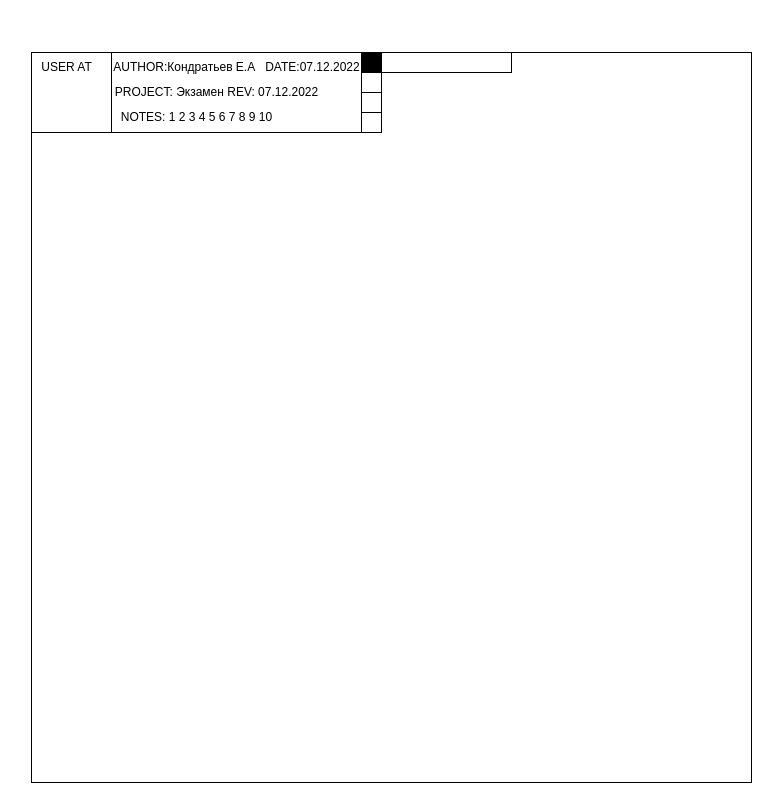
This is page "Страница 1" (1 of 2) of Диаграз названия.drawio from Ev0or/dontTouch, a draw.io file, before an edit. Source tidied: cells renumbered, new cells numbered last; positions are measured from the earlier drawing's top-left corner, leaving out a move shared by most shapes. Both pictures are drawn from the tidied source at 100%, with x=0, y=0 at pixel (31, 52).
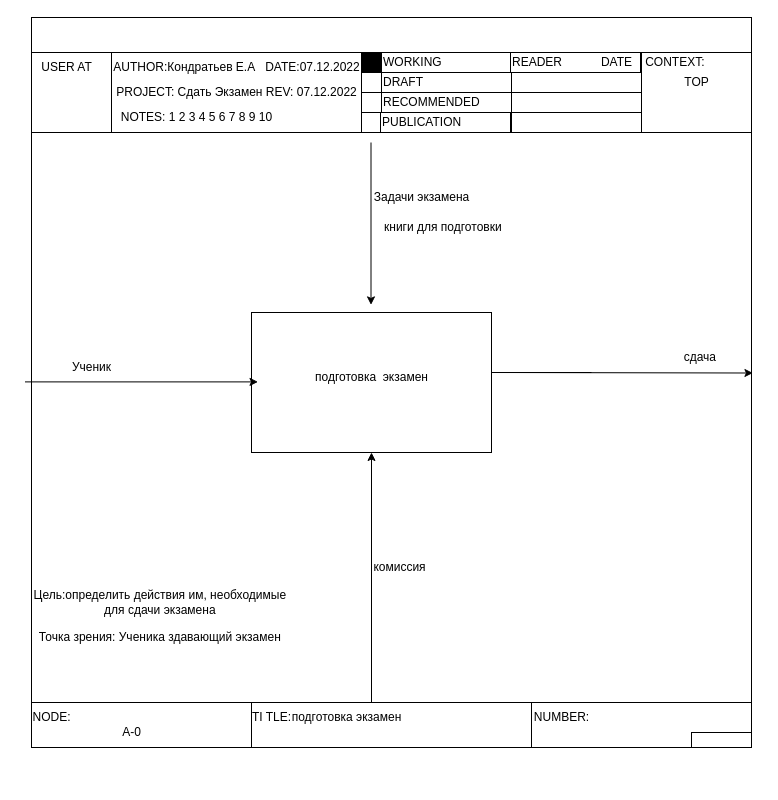
Above is the later version.

What changed in the source:
```diff
@@
     <mxCell id="2" style="rounded=0;whiteSpace=wrap;html=1;" parent="1" vertex="1">
-      <mxGeometry width="720" height="730" as="geometry" />
+      <mxGeometry y="-35" width="720" height="730" as="geometry" />
     </mxCell>
@@
-    <mxCell id="7" value="PROJECT: Экзамен REV: 07.12.2022" style="text;html=1;align=center;verticalAlign=middle;strokeColor=none;fillColor=none;" parent="1" vertex="1">
-      <mxGeometry x="70" y="25" width="230" height="30" as="geometry" />
+    <mxCell id="7" value="PROJECT: Сдать Экзамен REV: 07.12.2022" style="text;html=1;align=center;verticalAlign=middle;strokeColor=none;fillColor=none;" parent="1" vertex="1">
+      <mxGeometry x="75" y="25" width="260" height="30" as="geometry" />
     </mxCell>
@@
+    <mxCell id="14" value="DRAFT" style="rounded=0;whiteSpace=wrap;html=1;align=left;" parent="1" vertex="1">
+      <mxGeometry x="350" y="20" width="130" height="20" as="geometry" />
+    </mxCell>
+    <mxCell id="15" value="RECOMMENDED" style="rounded=0;whiteSpace=wrap;html=1;align=left;" parent="1" vertex="1">
+      <mxGeometry x="350" y="40" width="130" height="20" as="geometry" />
+    </mxCell>
+    <mxCell id="16" value="PUBLICATION" style="rounded=0;whiteSpace=wrap;html=1;align=left;" parent="1" vertex="1">
+      <mxGeometry x="349" y="60" width="130" height="20" as="geometry" />
+    </mxCell>
-    <mxCell id="13" style="rounded=0;whiteSpace=wrap;html=1;" parent="1" vertex="1">
+    <mxCell id="13" value="WORKING" style="rounded=0;whiteSpace=wrap;html=1;align=left;" parent="1" vertex="1">
       <mxGeometry x="350" width="130" height="20" as="geometry" />
     </mxCell>
+    <mxCell id="17" style="rounded=0;whiteSpace=wrap;html=1;" parent="1" vertex="1">
+      <mxGeometry x="480" y="20" width="130" height="20" as="geometry" />
+    </mxCell>
+    <mxCell id="18" style="rounded=0;whiteSpace=wrap;html=1;" parent="1" vertex="1">
+      <mxGeometry x="480" y="40" width="130" height="20" as="geometry" />
+    </mxCell>
+    <mxCell id="19" style="rounded=0;whiteSpace=wrap;html=1;" parent="1" vertex="1">
+      <mxGeometry x="480" y="60" width="130" height="20" as="geometry" />
+    </mxCell>
+    <mxCell id="20" value="&lt;div style=&quot;&quot;&gt;&lt;span style=&quot;background-color: initial;&quot;&gt;READER&amp;nbsp;&lt;/span&gt;&lt;/div&gt;" style="rounded=0;whiteSpace=wrap;html=1;align=left;" parent="1" vertex="1">
+      <mxGeometry x="479" width="130" height="20" as="geometry" />
+    </mxCell>
+    <mxCell id="21" value="DATE" style="text;html=1;align=center;verticalAlign=middle;strokeColor=none;fillColor=none;" parent="1" vertex="1">
+      <mxGeometry x="560" y="-5" width="50" height="30" as="geometry" />
+    </mxCell>
+    <mxCell id="22" style="rounded=0;whiteSpace=wrap;html=1;" parent="1" vertex="1">
+      <mxGeometry x="610" width="110" height="80" as="geometry" />
+    </mxCell>
+    <mxCell id="23" value="CONTEXT:&amp;nbsp;" style="text;html=1;align=center;verticalAlign=middle;strokeColor=none;fillColor=none;" parent="1" vertex="1">
+      <mxGeometry x="600" y="-5" width="90" height="30" as="geometry" />
+    </mxCell>
+    <mxCell id="24" value="TOP" style="text;html=1;align=center;verticalAlign=middle;strokeColor=none;fillColor=none;" parent="1" vertex="1">
+      <mxGeometry x="640" y="15" width="50" height="30" as="geometry" />
+    </mxCell>
+    <mxCell id="25" style="endArrow=classic;html=1;rounded=0;" parent="1" edge="1">
+      <mxGeometry relative="1" as="geometry">
+        <mxPoint x="339.5" y="90" as="sourcePoint" />
+        <mxPoint x="339.5" y="252.4" as="targetPoint" />
+      </mxGeometry>
+    </mxCell>
+    <mxCell id="26" style="rounded=0;whiteSpace=wrap;html=1;" parent="1" vertex="1">
+      <mxGeometry x="220" y="260" width="240" height="140" as="geometry" />
+    </mxCell>
+    <mxCell id="27" style="endArrow=classic;html=1;rounded=0;" parent="1" edge="1">
+      <mxGeometry relative="1" as="geometry">
+        <mxPoint x="-6.5" y="329.4" as="sourcePoint" />
+        <mxPoint x="226.5" y="329.4" as="targetPoint" />
+      </mxGeometry>
+    </mxCell>
+    <mxCell id="28" style="endArrow=classic;html=1;rounded=0;entryX=1.002;entryY=0.487;entryDx=0;entryDy=0;entryPerimeter=0;" parent="1" edge="1" target="2">
+      <mxGeometry relative="1" as="geometry">
+        <mxPoint x="560" y="320" as="sourcePoint" />
+        <Array as="points">
+          <mxPoint x="460" y="320" />
+        </Array>
+      </mxGeometry>
+    </mxCell>
+    <mxCell id="29" style="endArrow=classic;html=1;rounded=0;" parent="1" edge="1">
+      <mxGeometry relative="1" as="geometry">
+        <mxPoint x="340" y="650" as="sourcePoint" />
+        <mxPoint x="340" y="400" as="targetPoint" />
+      </mxGeometry>
+    </mxCell>
+    <mxCell id="30" style="rounded=0;whiteSpace=wrap;html=1;" parent="1" vertex="1">
+      <mxGeometry y="650" width="220" height="45" as="geometry" />
+    </mxCell>
+    <mxCell id="31" style="rounded=0;whiteSpace=wrap;html=1;" parent="1" vertex="1">
+      <mxGeometry x="220" y="650" width="280" height="45" as="geometry" />
+    </mxCell>
+    <mxCell id="32" style="rounded=0;whiteSpace=wrap;html=1;" parent="1" vertex="1">
+      <mxGeometry x="500" y="650" width="220" height="45" as="geometry" />
+    </mxCell>
+    <mxCell id="33" style="rounded=0;whiteSpace=wrap;html=1;" parent="1" vertex="1">
+      <mxGeometry x="660" y="680" width="60" height="15" as="geometry" />
+    </mxCell>
+    <mxCell id="34" value="NUMBER:" style="text;html=1;align=center;verticalAlign=middle;strokeColor=none;fillColor=none;" parent="1" vertex="1">
+      <mxGeometry x="490" y="650" width="80" height="30" as="geometry" />
+    </mxCell>
+    <mxCell id="35" value="TI TLE:" style="text;html=1;align=center;verticalAlign=middle;strokeColor=none;fillColor=none;" parent="1" vertex="1">
+      <mxGeometry x="210" y="650" width="60" height="30" as="geometry" />
+    </mxCell>
+    <mxCell id="36" value="NODE:" style="text;html=1;align=center;verticalAlign=middle;strokeColor=none;fillColor=none;" parent="1" vertex="1">
+      <mxGeometry x="-10" y="650" width="60" height="30" as="geometry" />
+    </mxCell>
+    <mxCell id="37" value="A-0" style="text;html=1;align=center;verticalAlign=middle;strokeColor=none;fillColor=none;" parent="1" vertex="1">
+      <mxGeometry x="80" y="665" width="40" height="30" as="geometry" />
+    </mxCell>
+    <mxCell id="38" value="книги для подготовки&amp;nbsp;" style="text;html=1;align=center;verticalAlign=middle;strokeColor=none;fillColor=none;" parent="1" vertex="1">
+      <mxGeometry x="343" y="160" width="140" height="30" as="geometry" />
+    </mxCell>
+    <mxCell id="39" value="Задачи экзамена" style="text;html=1;align=center;verticalAlign=middle;strokeColor=none;fillColor=none;" parent="1" vertex="1">
+      <mxGeometry x="330" y="130" width="120" height="30" as="geometry" />
+    </mxCell>
+    <mxCell id="40" value="сдача&amp;nbsp;" style="text;html=1;align=center;verticalAlign=middle;strokeColor=none;fillColor=none;" parent="1" vertex="1">
+      <mxGeometry x="640" y="290" width="60" height="30" as="geometry" />
+    </mxCell>
+    <mxCell id="41" value="подготовка&amp;nbsp; экзамен" style="text;html=1;align=center;verticalAlign=middle;strokeColor=none;fillColor=none;" parent="1" vertex="1">
+      <mxGeometry x="270" y="310" width="140" height="30" as="geometry" />
+    </mxCell>
+    <mxCell id="42" value="Ученик" style="text;html=1;align=center;verticalAlign=middle;strokeColor=none;fillColor=none;" parent="1" vertex="1">
+      <mxGeometry x="30" y="300" width="60" height="30" as="geometry" />
+    </mxCell>
+    <mxCell id="43" value="подготовка экзамен" style="text;html=1;align=center;verticalAlign=middle;strokeColor=none;fillColor=none;" parent="1" vertex="1">
+      <mxGeometry x="250" y="650" width="130" height="30" as="geometry" />
+    </mxCell>
+    <mxCell id="44" value="Цель:определить действия им, необходимые&amp;nbsp;&lt;br&gt;для сдачи экзамена&amp;nbsp;" style="text;html=1;align=center;verticalAlign=middle;strokeColor=none;fillColor=none;" parent="1" vertex="1">
+      <mxGeometry x="-10" y="530" width="280" height="40" as="geometry" />
+    </mxCell>
+    <mxCell id="45" value="Точка зрения: Ученика здавающий экзамен&amp;nbsp;" style="text;html=1;align=center;verticalAlign=middle;strokeColor=none;fillColor=none;" parent="1" vertex="1">
+      <mxGeometry x="-5" y="570" width="270" height="30" as="geometry" />
+    </mxCell>
+    <mxCell id="46" value="комиссия" style="text;html=1;align=center;verticalAlign=middle;strokeColor=none;fillColor=none;" parent="1" vertex="1">
+      <mxGeometry x="328" y="500" width="80" height="30" as="geometry" />
+    </mxCell>
```
